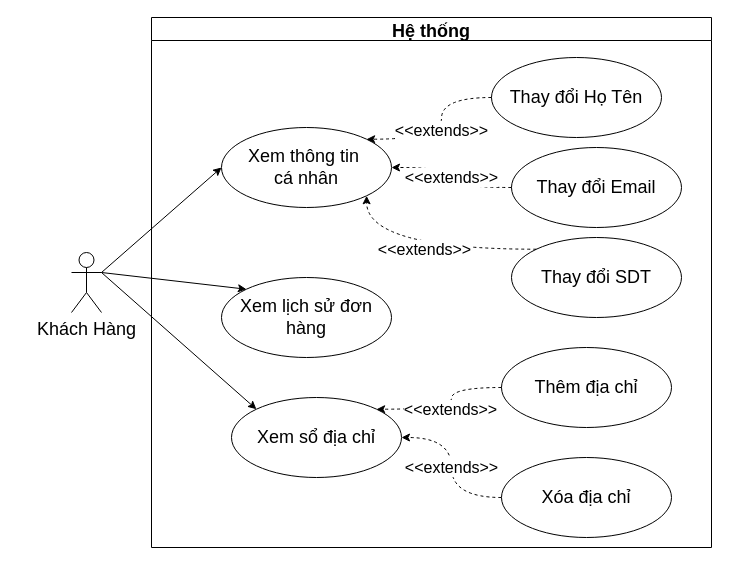
The draw.io diagram page "phanra_KH_quanlythongtincanhan" (3 of 9) of docs/diagrams/drawio_pad/uc_all.drawio in B5u2423/Bookstore-Website, before the edit. Source tidied: cells renumbered, new cells numbered last; positions are measured from the earlier drawing's top-left corner, leaving out a move shared by most shapes. Both pictures are drawn from the tidied source at 100%, with x=0, y=0 at pixel (71, 17).
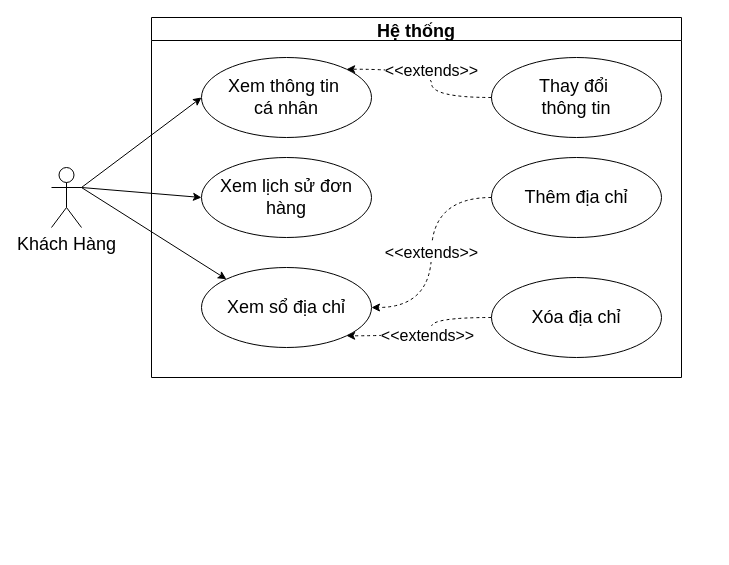
The same page after the edit.

Change to the diagram source:
```diff
@@
 <mxGraphModel>
   <root>
     <mxCell id="0" />
     <mxCell id="1" parent="0" />
     <mxCell id="2" style="rounded=0;jettySize=auto;html=1;exitX=1;exitY=0.3333333333333333;exitDx=0;exitDy=0;exitPerimeter=0;entryX=0;entryY=0.5;entryDx=0;entryDy=0;" parent="1" edge="1" source="3" target="5">
       <mxGeometry relative="1" as="geometry" />
     </mxCell>
     <mxCell id="3" value="&lt;font style=&quot;font-size: 18px;&quot;&gt;Khách Hàng&lt;/font&gt;" style="shape=umlActor;verticalLabelPosition=bottom;verticalAlign=top;html=1;rounded=0;" parent="1" vertex="1">
-      <mxGeometry y="235" width="30" height="60" as="geometry" />
+      <mxGeometry x="-20" y="150" width="30" height="60" as="geometry" />
     </mxCell>
     <mxCell id="4" value="Hệ thống" style="swimlane;fontSize=18;rounded=0;" parent="1" vertex="1">
-      <mxGeometry x="80" width="560" height="530" as="geometry" />
+      <mxGeometry x="80" width="530" height="360" as="geometry" />
     </mxCell>
     <mxCell id="5" value="&lt;div&gt;Xem thông tin&amp;nbsp;&lt;/div&gt;&lt;div&gt;cá nhân&lt;/div&gt;" style="ellipse;whiteSpace=wrap;html=1;fontSize=18;rounded=0;" parent="4" vertex="1">
-      <mxGeometry x="70" y="110" width="170" height="80" as="geometry" />
+      <mxGeometry x="50" y="40" width="170" height="80" as="geometry" />
     </mxCell>
-    <mxCell id="6" value="Thay đổi Họ Tên" style="ellipse;whiteSpace=wrap;html=1;fontSize=18;rounded=0;" parent="4" vertex="1">
+    <mxCell id="6" value="&lt;div&gt;Thay đổi&amp;nbsp;&lt;/div&gt;&lt;div&gt;thông tin&lt;/div&gt;" style="ellipse;whiteSpace=wrap;html=1;fontSize=18;rounded=0;" parent="4" vertex="1">
       <mxGeometry x="340" y="40" width="170" height="80" as="geometry" />
     </mxCell>
-    <mxCell id="7" value="Thay đổi Email" style="ellipse;whiteSpace=wrap;html=1;fontSize=18;rounded=0;" parent="4" vertex="1">
-      <mxGeometry x="360" y="130" width="170" height="80" as="geometry" />
-    </mxCell>
-    <mxCell id="8" value="Thay đổi SDT" style="ellipse;whiteSpace=wrap;html=1;fontSize=18;rounded=0;" parent="4" vertex="1">
-      <mxGeometry x="360" y="220" width="170" height="80" as="geometry" />
-    </mxCell>
     <mxCell id="9" value="Xem lịch sử đơn hàng" style="ellipse;whiteSpace=wrap;html=1;fontSize=18;rounded=0;" parent="4" vertex="1">
-      <mxGeometry x="70" y="260" width="170" height="80" as="geometry" />
+      <mxGeometry x="50" y="140" width="170" height="80" as="geometry" />
     </mxCell>
     <mxCell id="10" value="Xem sổ địa chỉ" style="ellipse;whiteSpace=wrap;html=1;fontSize=18;rounded=0;" parent="4" vertex="1">
-      <mxGeometry x="80" y="380" width="170" height="80" as="geometry" />
+      <mxGeometry x="50" y="250" width="170" height="80" as="geometry" />
     </mxCell>
     <mxCell id="11" value="Thêm địa chỉ" style="ellipse;whiteSpace=wrap;html=1;fontSize=18;rounded=0;" parent="4" vertex="1">
-      <mxGeometry x="350" y="330" width="170" height="80" as="geometry" />
+      <mxGeometry x="340" y="140" width="170" height="80" as="geometry" />
     </mxCell>
-    <mxCell id="12" value="&amp;lt;&amp;lt;extends&amp;gt;&amp;gt;" style="edgeStyle=orthogonalEdgeStyle;jettySize=auto;html=1;exitX=0;exitY=0.5;exitDx=0;exitDy=0;entryX=1;entryY=0.5;entryDx=0;entryDy=0;dashed=1;fontSize=16;curved=1;" parent="4" edge="1" source="13" target="10">
+    <mxCell id="12" value="&amp;lt;&amp;lt;extends&amp;gt;&amp;gt;" style="edgeStyle=orthogonalEdgeStyle;jettySize=auto;html=1;exitX=0;exitY=0.5;exitDx=0;exitDy=0;entryX=1;entryY=1;entryDx=0;entryDy=0;dashed=1;fontSize=16;curved=1;" parent="4" edge="1" source="13" target="10">
       <mxGeometry relative="1" as="geometry" />
     </mxCell>
     <mxCell id="13" value="Xóa địa chỉ" style="ellipse;whiteSpace=wrap;html=1;fontSize=18;rounded=0;" parent="4" vertex="1">
-      <mxGeometry x="350" y="440" width="170" height="80" as="geometry" />
+      <mxGeometry x="340" y="260" width="170" height="80" as="geometry" />
     </mxCell>
-    <mxCell id="14" value="&amp;lt;&amp;lt;extends&amp;gt;&amp;gt;" style="edgeStyle=orthogonalEdgeStyle;jettySize=auto;html=1;exitX=0;exitY=0.5;exitDx=0;exitDy=0;entryX=1;entryY=0;entryDx=0;entryDy=0;dashed=1;fontSize=16;curved=1;" parent="4" edge="1" source="11" target="10">
+    <mxCell id="14" value="&amp;lt;&amp;lt;extends&amp;gt;&amp;gt;" style="edgeStyle=orthogonalEdgeStyle;jettySize=auto;html=1;exitX=0;exitY=0.5;exitDx=0;exitDy=0;entryX=1;entryY=0.5;entryDx=0;entryDy=0;dashed=1;fontSize=16;curved=1;" parent="4" edge="1" source="11" target="10">
       <mxGeometry relative="1" as="geometry" />
     </mxCell>
     <mxCell id="15" value="&amp;lt;&amp;lt;extends&amp;gt;&amp;gt;" style="edgeStyle=orthogonalEdgeStyle;jettySize=auto;html=1;exitX=0;exitY=0.5;exitDx=0;exitDy=0;entryX=1;entryY=0;entryDx=0;entryDy=0;dashed=1;fontSize=16;curved=1;" parent="4" edge="1" source="6" target="5">
       <mxGeometry relative="1" as="geometry" />
     </mxCell>
-    <mxCell id="16" value="&amp;lt;&amp;lt;extends&amp;gt;&amp;gt;" style="edgeStyle=orthogonalEdgeStyle;jettySize=auto;html=1;exitX=0;exitY=0.5;exitDx=0;exitDy=0;entryX=1;entryY=0.5;entryDx=0;entryDy=0;dashed=1;fontSize=16;curved=1;" parent="4" edge="1" source="7" target="5">
-      <mxGeometry relative="1" as="geometry" />
-    </mxCell>
-    <mxCell id="17" value="&amp;lt;&amp;lt;extends&amp;gt;&amp;gt;" style="edgeStyle=orthogonalEdgeStyle;jettySize=auto;html=1;exitX=0;exitY=0;exitDx=0;exitDy=0;entryX=1;entryY=1;entryDx=0;entryDy=0;dashed=1;fontSize=16;curved=1;" parent="4" edge="1" source="8" target="5">
-      <mxGeometry relative="1" as="geometry" />
-    </mxCell>
-    <mxCell id="18" style="rounded=0;jettySize=auto;html=1;exitX=1;exitY=0.3333333333333333;exitDx=0;exitDy=0;exitPerimeter=0;entryX=0;entryY=0;entryDx=0;entryDy=0;" parent="1" edge="1" source="3" target="9">
+    <mxCell id="18" style="rounded=0;jettySize=auto;html=1;exitX=1;exitY=0.3333333333333333;exitDx=0;exitDy=0;exitPerimeter=0;entryX=0;entryY=0.5;entryDx=0;entryDy=0;" parent="1" edge="1" source="3" target="9">
       <mxGeometry relative="1" as="geometry" />
     </mxCell>
     <mxCell id="19" style="rounded=0;jettySize=auto;html=1;exitX=1;exitY=0.3333333333333333;exitDx=0;exitDy=0;exitPerimeter=0;entryX=0;entryY=0;entryDx=0;entryDy=0;" parent="1" edge="1" source="3" target="10">
       <mxGeometry relative="1" as="geometry" />
     </mxCell>
   </root>
 </mxGraphModel>
```
